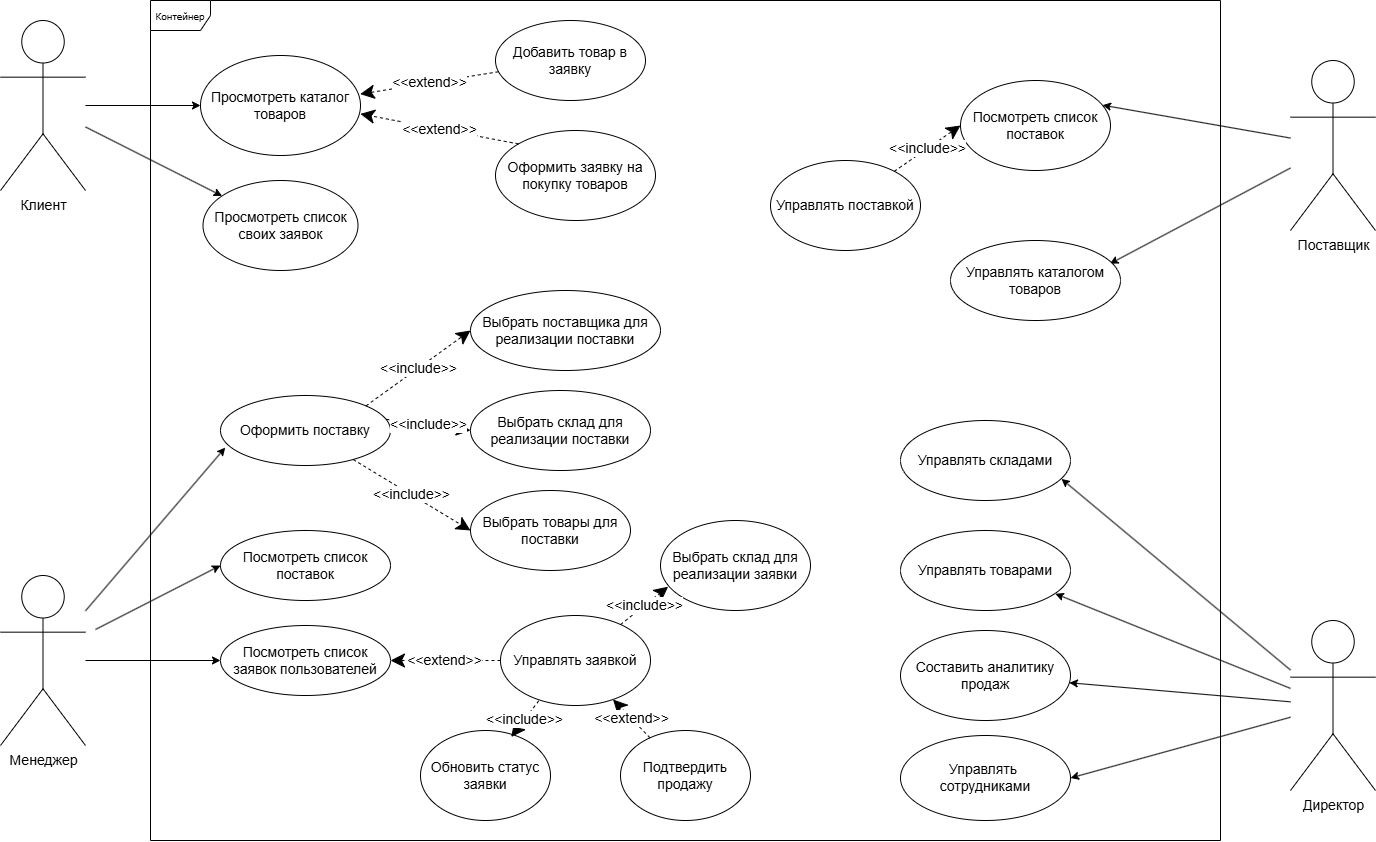
The draw.io diagram Documentation/Business Analysis/Diagrams/UseCase.drawio.png in FranGranDev/RSAS, before a commit. Source tidied: cells renumbered, new cells last; positions are measured from the earlier drawing's top-left corner, leaving out a move shared by most shapes.
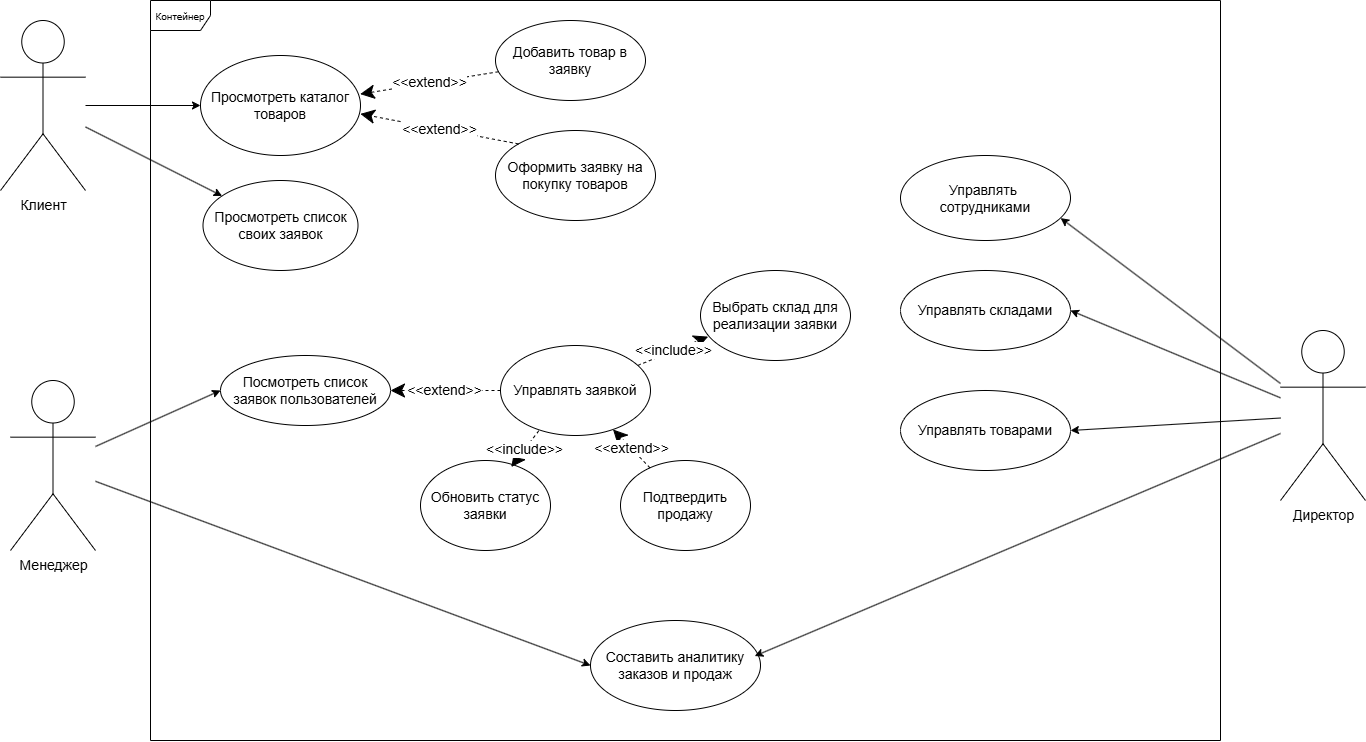
After the commit.

Change to the diagram source:
```diff
@@ -3,13 +3,16 @@
     <mxCell id="0" />
     <mxCell id="1" parent="0" />
     <mxCell id="2" value="&lt;font style=&quot;font-size: 10px;&quot;&gt;Контейнер&lt;/font&gt;" style="shape=umlFrame;whiteSpace=wrap;html=1;fontSize=14;" parent="1" vertex="1">
-      <mxGeometry x="150" width="1070" height="840" as="geometry" />
+      <mxGeometry x="150" width="1070" height="740" as="geometry" />
     </mxCell>
     <mxCell id="3" value="Клиент" style="shape=umlActor;verticalLabelPosition=bottom;verticalAlign=top;html=1;fontSize=14;" parent="1" vertex="1">
       <mxGeometry y="20" width="85" height="170" as="geometry" />
     </mxCell>
+    <mxCell id="49" style="rounded=0;jettySize=auto;html=1;entryX=0;entryY=0.5;entryDx=0;entryDy=0;" parent="1" edge="1" source="4" target="13">
+      <mxGeometry relative="1" as="geometry" />
+    </mxCell>
     <mxCell id="4" value="Менеджер" style="shape=umlActor;verticalLabelPosition=bottom;verticalAlign=top;html=1;fontSize=14;" parent="1" vertex="1">
-      <mxGeometry y="575" width="85" height="170" as="geometry" />
+      <mxGeometry x="10" y="380" width="85" height="170" as="geometry" />
     </mxCell>
     <mxCell id="5" value="Оформить заявку на покупку товаров" style="ellipse;whiteSpace=wrap;html=1;fontSize=14;" parent="1" vertex="1">
       <mxGeometry x="495" y="130" width="160" height="90" as="geometry" />
@@ -21,30 +24,30 @@
       <mxGeometry relative="1" as="geometry" />
     </mxCell>
     <mxCell id="8" value="&lt;font style=&quot;font-size: 14px;&quot;&gt;Посмотреть список заявок пользователей&lt;/font&gt;" style="ellipse;whiteSpace=wrap;html=1;fontSize=14;" parent="1" vertex="1">
-      <mxGeometry x="220" y="625" width="170" height="70" as="geometry" />
+      <mxGeometry x="220" y="355" width="170" height="70" as="geometry" />
     </mxCell>
     <mxCell id="9" style="rounded=0;jettySize=auto;html=1;entryX=0;entryY=0.5;entryDx=0;entryDy=0;fontSize=14;" parent="1" edge="1" source="4" target="8">
       <mxGeometry relative="1" as="geometry" />
     </mxCell>
     <mxCell id="10" value="&lt;font style=&quot;font-size: 14px&quot;&gt;Управлять заявкой&lt;/font&gt;" style="ellipse;whiteSpace=wrap;html=1;fontSize=14;" parent="1" vertex="1">
-      <mxGeometry x="500" y="615" width="150" height="90" as="geometry" />
+      <mxGeometry x="500" y="345" width="150" height="90" as="geometry" />
     </mxCell>
     <mxCell id="11" value="&lt;font style=&quot;font-size: 14px;&quot;&gt;Выбрать склад для реализации заявки&lt;br&gt;&lt;/font&gt;" style="ellipse;whiteSpace=wrap;html=1;fontSize=14;" parent="1" vertex="1">
-      <mxGeometry x="660" y="520" width="150" height="90" as="geometry" />
+      <mxGeometry x="700" y="270" width="150" height="90" as="geometry" />
     </mxCell>
     <mxCell id="12" value="Директор" style="shape=umlActor;verticalLabelPosition=bottom;verticalAlign=top;html=1;fontSize=14;" parent="1" vertex="1">
-      <mxGeometry x="1290" y="620" width="85" height="170" as="geometry" />
+      <mxGeometry x="1280" y="330" width="85" height="170" as="geometry" />
     </mxCell>
-    <mxCell id="13" value="&lt;font style=&quot;font-size: 14px;&quot;&gt;Составить аналитику продаж&lt;br&gt;&lt;/font&gt;" style="ellipse;whiteSpace=wrap;html=1;fontSize=14;" parent="1" vertex="1">
-      <mxGeometry x="900" y="630" width="170" height="90" as="geometry" />
+    <mxCell id="13" value="&lt;font style=&quot;font-size: 14px;&quot;&gt;Составить аналитику заказов и продаж&lt;br&gt;&lt;/font&gt;" style="ellipse;whiteSpace=wrap;html=1;fontSize=14;" parent="1" vertex="1">
+      <mxGeometry x="590" y="620" width="170" height="90" as="geometry" />
     </mxCell>
-    <mxCell id="14" style="rounded=0;jettySize=auto;html=1;fontSize=14;" parent="1" edge="1" source="12" target="13">
+    <mxCell id="14" style="rounded=0;jettySize=auto;html=1;fontSize=14;entryX=0.966;entryY=0.395;entryDx=0;entryDy=0;entryPerimeter=0;" parent="1" edge="1" source="12" target="13">
       <mxGeometry relative="1" as="geometry" />
     </mxCell>
     <mxCell id="15" value="Добавить товар в заявку" style="ellipse;whiteSpace=wrap;html=1;fontSize=14;" parent="1" vertex="1">
       <mxGeometry x="495" y="20" width="150" height="80" as="geometry" />
     </mxCell>
-    <mxCell id="16" style="rounded=0;jettySize=auto;html=1;fontSize=14;entryX=0.947;entryY=0.73;entryDx=0;entryDy=0;entryPerimeter=0;" parent="1" edge="1" source="12" target="23">
+    <mxCell id="16" style="rounded=0;jettySize=auto;html=1;fontSize=14;entryX=1;entryY=0.5;entryDx=0;entryDy=0;" parent="1" edge="1" source="12" target="23">
       <mxGeometry relative="1" as="geometry" />
     </mxCell>
     <mxCell id="17" value="&amp;lt;&amp;lt;extend&amp;gt;&amp;gt;" style="endArrow=classic;endSize=12;dashed=1;html=1;rounded=0;fontSize=14;endFill=1;entryX=0.998;entryY=0.386;entryDx=0;entryDy=0;entryPerimeter=0;" parent="1" edge="1" source="15" target="6">
@@ -57,7 +60,7 @@
       <mxGeometry relative="1" as="geometry" />
     </mxCell>
     <mxCell id="20" value="&lt;font style=&quot;font-size: 14px;&quot;&gt;Обновить статус&lt;br&gt;заявки&lt;br&gt;&lt;/font&gt;" style="ellipse;whiteSpace=wrap;html=1;fontSize=14;" parent="1" vertex="1">
-      <mxGeometry x="420" y="730" width="130" height="90" as="geometry" />
+      <mxGeometry x="420" y="460" width="130" height="90" as="geometry" />
     </mxCell>
     <mxCell id="21" value="&lt;font style=&quot;font-size: 14px;&quot;&gt;Просмотреть список своих заявок&lt;/font&gt;" style="ellipse;whiteSpace=wrap;html=1;fontSize=14;" parent="1" vertex="1">
       <mxGeometry x="202.5" y="180" width="155" height="90" as="geometry" />
@@ -66,16 +69,16 @@
       <mxGeometry relative="1" as="geometry" />
     </mxCell>
     <mxCell id="23" value="&lt;font style=&quot;font-size: 14px;&quot;&gt;Управлять складами&lt;br&gt;&lt;/font&gt;" style="ellipse;whiteSpace=wrap;html=1;fontSize=14;" parent="1" vertex="1">
-      <mxGeometry x="900" y="420" width="170" height="80" as="geometry" />
+      <mxGeometry x="900" y="270" width="170" height="80" as="geometry" />
     </mxCell>
-    <mxCell id="24" style="rounded=0;jettySize=auto;html=1;fontSize=14;entryX=0.911;entryY=0.791;entryDx=0;entryDy=0;entryPerimeter=0;" parent="1" edge="1" source="12" target="29">
+    <mxCell id="24" style="rounded=0;jettySize=auto;html=1;fontSize=14;entryX=1;entryY=0.5;entryDx=0;entryDy=0;" parent="1" edge="1" source="12" target="29">
       <mxGeometry relative="1" as="geometry" />
     </mxCell>
     <mxCell id="25" value="&amp;lt;&amp;lt;include&amp;gt;&amp;gt;" style="endArrow=classic;endSize=12;dashed=1;html=1;rounded=0;fontSize=14;exitX=0.255;exitY=0.948;exitDx=0;exitDy=0;endFill=1;entryX=0.698;entryY=0.072;entryDx=0;entryDy=0;entryPerimeter=0;exitPerimeter=0;" parent="1" edge="1" source="10" target="20">
       <mxGeometry relative="1" as="geometry" />
     </mxCell>
     <mxCell id="26" value="&lt;font style=&quot;font-size: 14px;&quot;&gt;Подтвердить продажу&lt;br&gt;&lt;/font&gt;" style="ellipse;whiteSpace=wrap;html=1;fontSize=14;" parent="1" vertex="1">
-      <mxGeometry x="620" y="730" width="130" height="90" as="geometry" />
+      <mxGeometry x="620" y="460" width="130" height="90" as="geometry" />
     </mxCell>
     <mxCell id="27" value="&amp;lt;&amp;lt;extend&amp;gt;&amp;gt;" style="endArrow=classic;endSize=12;dashed=1;html=1;rounded=0;fontSize=14;endFill=1;" parent="1" edge="1" source="26" target="10">
       <mxGeometry relative="1" as="geometry" />
@@ -84,66 +87,13 @@
       <mxGeometry relative="1" as="geometry" />
     </mxCell>
     <mxCell id="29" value="&lt;font style=&quot;font-size: 14px;&quot;&gt;Управлять товарами&lt;br&gt;&lt;/font&gt;" style="ellipse;whiteSpace=wrap;html=1;fontSize=14;" parent="1" vertex="1">
-      <mxGeometry x="900" y="530" width="170" height="80" as="geometry" />
+      <mxGeometry x="900" y="390" width="170" height="80" as="geometry" />
     </mxCell>
     <mxCell id="30" value="&lt;font style=&quot;font-size: 14px;&quot;&gt;Управлять&amp;nbsp;&lt;/font&gt;&lt;div&gt;&lt;font style=&quot;font-size: 14px;&quot;&gt;сотрудниками&lt;br&gt;&lt;/font&gt;&lt;/div&gt;" style="ellipse;whiteSpace=wrap;html=1;fontSize=14;" parent="1" vertex="1">
-      <mxGeometry x="900" y="735" width="170" height="85" as="geometry" />
+      <mxGeometry x="900" y="155" width="170" height="85" as="geometry" />
     </mxCell>
-    <mxCell id="31" style="rounded=0;jettySize=auto;html=1;entryX=1;entryY=0.5;entryDx=0;entryDy=0;fontSize=14;" parent="1" edge="1" source="12" target="30">
+    <mxCell id="31" style="rounded=0;jettySize=auto;html=1;entryX=0.942;entryY=0.736;entryDx=0;entryDy=0;fontSize=14;entryPerimeter=0;" parent="1" edge="1" source="12" target="30">
       <mxGeometry relative="1" as="geometry" />
     </mxCell>
-    <mxCell id="32" value="Поставщик" style="shape=umlActor;verticalLabelPosition=bottom;verticalAlign=top;html=1;fontSize=14;" parent="1" vertex="1">
-      <mxGeometry x="1290" y="60" width="85" height="170" as="geometry" />
-    </mxCell>
-    <mxCell id="33" value="&lt;font style=&quot;font-size: 14px;&quot;&gt;Оформить поставку&lt;/font&gt;" style="ellipse;whiteSpace=wrap;html=1;fontSize=14;" parent="1" vertex="1">
-      <mxGeometry x="220" y="395" width="170" height="70" as="geometry" />
-    </mxCell>
-    <mxCell id="34" style="rounded=0;jettySize=auto;html=1;entryX=0.028;entryY=0.744;entryDx=0;entryDy=0;fontSize=14;entryPerimeter=0;" parent="1" edge="1" source="4" target="33">
-      <mxGeometry relative="1" as="geometry" />
-    </mxCell>
-    <mxCell id="35" value="&lt;font style=&quot;font-size: 14px;&quot;&gt;Посмотреть список поставок&lt;/font&gt;" style="ellipse;whiteSpace=wrap;html=1;fontSize=14;" parent="1" vertex="1">
-      <mxGeometry x="220" y="530" width="170" height="70" as="geometry" />
-    </mxCell>
-    <mxCell id="36" style="rounded=0;jettySize=auto;html=1;entryX=0;entryY=0.5;entryDx=0;entryDy=0;fontSize=14;" parent="1" edge="1" target="35">
-      <mxGeometry relative="1" as="geometry">
-        <mxPoint x="95" y="629" as="sourcePoint" />
-      </mxGeometry>
-    </mxCell>
-    <mxCell id="37" value="&lt;font style=&quot;font-size: 14px;&quot;&gt;Выбрать склад для реализации поставки&lt;br&gt;&lt;/font&gt;" style="ellipse;whiteSpace=wrap;html=1;fontSize=14;" parent="1" vertex="1">
-      <mxGeometry x="470" y="390" width="180" height="80" as="geometry" />
-    </mxCell>
-    <mxCell id="38" value="&amp;lt;&amp;lt;include&amp;gt;&amp;gt;" style="endArrow=classic;endSize=12;dashed=1;html=1;rounded=0;fontSize=14;endFill=1;entryX=0;entryY=0.5;entryDx=0;entryDy=0;exitX=0.975;exitY=0.34;exitDx=0;exitDy=0;exitPerimeter=0;" parent="1" edge="1" source="33" target="37">
-      <mxGeometry relative="1" as="geometry" />
-    </mxCell>
-    <mxCell id="39" value="&lt;font style=&quot;font-size: 14px;&quot;&gt;Выбрать товары для поставки&lt;br&gt;&lt;/font&gt;" style="ellipse;whiteSpace=wrap;html=1;fontSize=14;" parent="1" vertex="1">
-      <mxGeometry x="470" y="490" width="160" height="80" as="geometry" />
-    </mxCell>
-    <mxCell id="40" value="&amp;lt;&amp;lt;include&amp;gt;&amp;gt;" style="endArrow=classic;endSize=12;dashed=1;html=1;rounded=0;fontSize=14;endFill=1;entryX=0;entryY=0.5;entryDx=0;entryDy=0;" parent="1" edge="1" source="33" target="39">
-      <mxGeometry relative="1" as="geometry" />
-    </mxCell>
-    <mxCell id="41" value="&lt;font style=&quot;font-size: 14px;&quot;&gt;Выбрать поставщика для реализации поставки&lt;br&gt;&lt;/font&gt;" style="ellipse;whiteSpace=wrap;html=1;fontSize=14;" parent="1" vertex="1">
-      <mxGeometry x="470" y="290" width="190" height="80" as="geometry" />
-    </mxCell>
-    <mxCell id="42" value="&amp;lt;&amp;lt;include&amp;gt;&amp;gt;" style="endArrow=classic;endSize=12;dashed=1;html=1;rounded=0;fontSize=14;endFill=1;entryX=0;entryY=0.5;entryDx=0;entryDy=0;exitX=1;exitY=0;exitDx=0;exitDy=0;" parent="1" edge="1" source="33" target="41">
-      <mxGeometry relative="1" as="geometry" />
-    </mxCell>
-    <mxCell id="43" style="rounded=0;jettySize=auto;html=1;fontSize=14;entryX=0.938;entryY=0.29;entryDx=0;entryDy=0;entryPerimeter=0;" parent="1" edge="1" source="32" target="44">
-      <mxGeometry relative="1" as="geometry" />
-    </mxCell>
-    <mxCell id="44" value="&lt;font style=&quot;font-size: 14px;&quot;&gt;Управлять каталогом&lt;br&gt;&lt;/font&gt;&lt;div&gt;&lt;font style=&quot;font-size: 14px;&quot;&gt;товаров&lt;/font&gt;&lt;/div&gt;" style="ellipse;whiteSpace=wrap;html=1;fontSize=14;" parent="1" vertex="1">
-      <mxGeometry x="950" y="240" width="170" height="80" as="geometry" />
-    </mxCell>
-    <mxCell id="45" value="&lt;font style=&quot;font-size: 14px;&quot;&gt;Посмотреть список поставок&lt;/font&gt;" style="ellipse;whiteSpace=wrap;html=1;fontSize=14;" parent="1" vertex="1">
-      <mxGeometry x="960" y="80" width="150" height="90" as="geometry" />
-    </mxCell>
-    <mxCell id="46" style="rounded=0;jettySize=auto;html=1;fontSize=14;entryX=0.947;entryY=0.274;entryDx=0;entryDy=0;entryPerimeter=0;" parent="1" edge="1" source="32" target="45">
-      <mxGeometry relative="1" as="geometry" />
-    </mxCell>
-    <mxCell id="47" value="&lt;font style=&quot;font-size: 14px&quot;&gt;Управлять поставкой&lt;/font&gt;" style="ellipse;whiteSpace=wrap;html=1;fontSize=14;" parent="1" vertex="1">
-      <mxGeometry x="770" y="160" width="150" height="90" as="geometry" />
-    </mxCell>
-    <mxCell id="48" value="&amp;lt;&amp;lt;include&amp;gt;&amp;gt;" style="endArrow=classic;endSize=12;dashed=1;html=1;rounded=0;fontSize=14;endFill=1;entryX=0;entryY=0.5;entryDx=0;entryDy=0;" parent="1" edge="1" source="47" target="45">
-      <mxGeometry relative="1" as="geometry" />
-    </mxCell>
   </root>
 </mxGraphModel>
```
